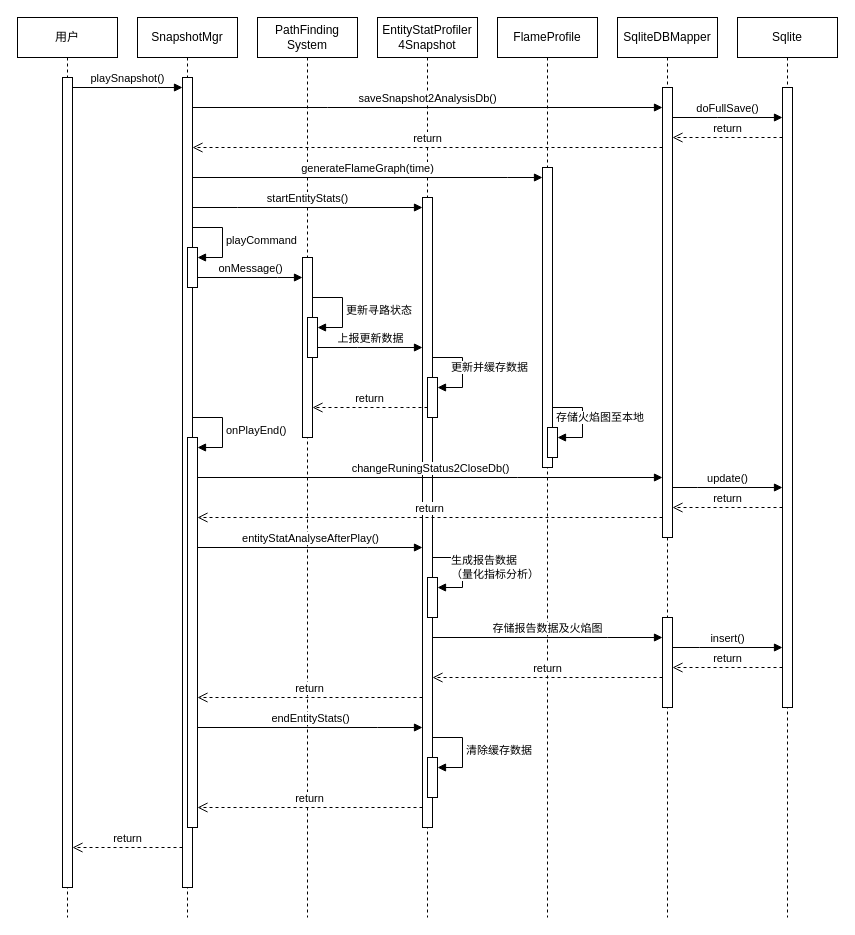
Earlier version of the draw.io diagram 播放时序图.drawio (Carol9s/Drawing). Source tidied: cells renumbered, new cells numbered last; positions are measured from the earlier drawing's top-left corner, leaving out a move shared by most shapes. Both pictures are drawn from the tidied source at 100%, with x=0, y=0 at pixel (17, 17).
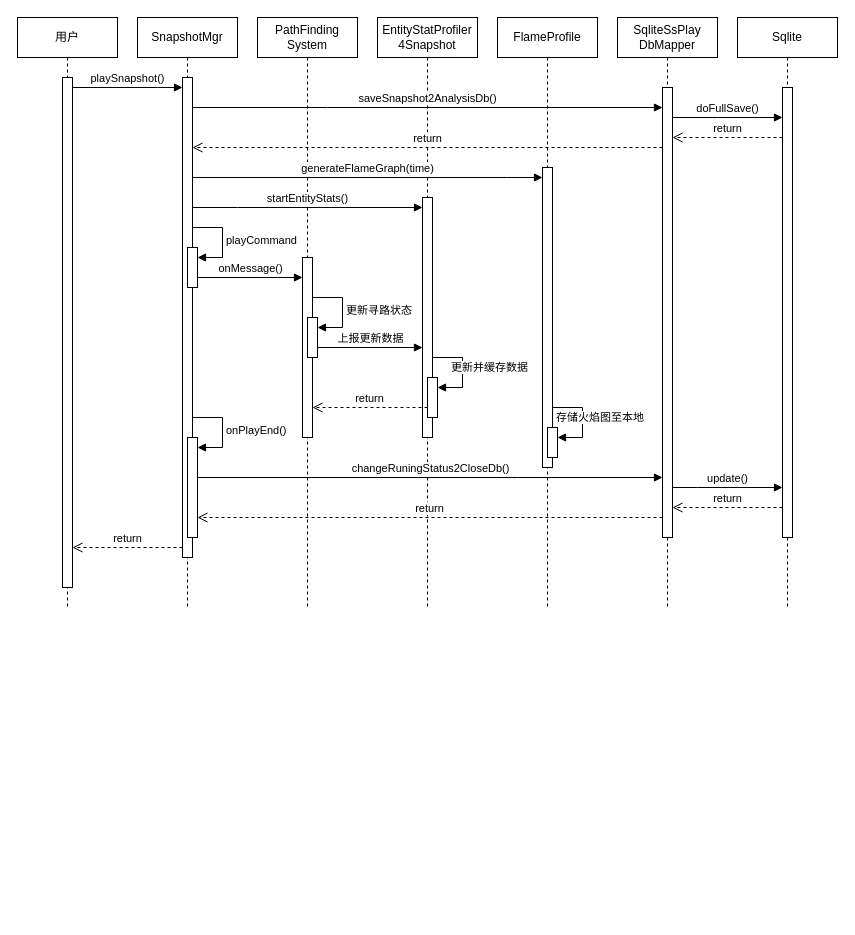
The same diagram, later.

Commit message:
更新播放时序图.drawio

Change to the diagram source:
```diff
@@
     <mxCell id="2" value="用户" style="shape=umlLifeline;perimeter=lifelinePerimeter;whiteSpace=wrap;html=1;newEdgeStyle={&quot;edgeStyle&quot;:&quot;elbowEdgeStyle&quot;,&quot;elbow&quot;:&quot;vertical&quot;,&quot;curved&quot;:0,&quot;rounded&quot;:0};" parent="1" vertex="1">
-      <mxGeometry width="100" height="900" as="geometry" />
+      <mxGeometry width="100" height="590" as="geometry" />
     </mxCell>
     <mxCell id="3" style="html=1;points=[];perimeter=orthogonalPerimeter;outlineConnect=0;targetShapes=umlLifeline;portConstraint=eastwest;newEdgeStyle={&quot;edgeStyle&quot;:&quot;elbowEdgeStyle&quot;,&quot;elbow&quot;:&quot;vertical&quot;,&quot;curved&quot;:0,&quot;rounded&quot;:0};" parent="2" vertex="1">
-      <mxGeometry x="45" y="60" width="10" height="810" as="geometry" />
+      <mxGeometry x="45" y="60" width="10" height="510" as="geometry" />
     </mxCell>
     <mxCell id="4" value="SnapshotMgr" style="shape=umlLifeline;perimeter=lifelinePerimeter;whiteSpace=wrap;html=1;newEdgeStyle={&quot;edgeStyle&quot;:&quot;elbowEdgeStyle&quot;,&quot;elbow&quot;:&quot;vertical&quot;,&quot;curved&quot;:0,&quot;rounded&quot;:0};" parent="1" vertex="1">
-      <mxGeometry x="120" width="100" height="900" as="geometry" />
+      <mxGeometry x="120" width="100" height="590" as="geometry" />
     </mxCell>
     <mxCell id="5" style="html=1;points=[];perimeter=orthogonalPerimeter;outlineConnect=0;targetShapes=umlLifeline;portConstraint=eastwest;newEdgeStyle={&quot;edgeStyle&quot;:&quot;elbowEdgeStyle&quot;,&quot;elbow&quot;:&quot;vertical&quot;,&quot;curved&quot;:0,&quot;rounded&quot;:0};" parent="4" vertex="1">
-      <mxGeometry x="45" y="60" width="10" height="810" as="geometry" />
+      <mxGeometry x="45" y="60" width="10" height="480" as="geometry" />
     </mxCell>
@@
     <mxCell id="9" value="EntityStatProfiler&lt;br&gt;4Snapshot" style="shape=umlLifeline;perimeter=lifelinePerimeter;whiteSpace=wrap;html=1;newEdgeStyle={&quot;edgeStyle&quot;:&quot;elbowEdgeStyle&quot;,&quot;elbow&quot;:&quot;vertical&quot;,&quot;curved&quot;:0,&quot;rounded&quot;:0};" parent="1" vertex="1">
-      <mxGeometry x="360" width="100" height="900" as="geometry" />
+      <mxGeometry x="360" width="100" height="590" as="geometry" />
     </mxCell>
     <mxCell id="10" style="html=1;points=[];perimeter=orthogonalPerimeter;outlineConnect=0;targetShapes=umlLifeline;portConstraint=eastwest;newEdgeStyle={&quot;edgeStyle&quot;:&quot;elbowEdgeStyle&quot;,&quot;elbow&quot;:&quot;vertical&quot;,&quot;curved&quot;:0,&quot;rounded&quot;:0};" parent="9" vertex="1">
-      <mxGeometry x="45" y="180" width="10" height="630" as="geometry" />
+      <mxGeometry x="45" y="180" width="10" height="240" as="geometry" />
     </mxCell>
@@
-    <mxCell id="13" style="html=1;points=[];perimeter=orthogonalPerimeter;outlineConnect=0;targetShapes=umlLifeline;portConstraint=eastwest;newEdgeStyle={&quot;edgeStyle&quot;:&quot;elbowEdgeStyle&quot;,&quot;elbow&quot;:&quot;vertical&quot;,&quot;curved&quot;:0,&quot;rounded&quot;:0};" parent="9" vertex="1">
-      <mxGeometry x="50" y="560" width="10" height="40" as="geometry" />
-    </mxCell>
-    <mxCell id="14" value="生成报告数据&lt;br&gt;（量化指标分析）" style="html=1;align=left;spacingLeft=2;endArrow=block;rounded=0;edgeStyle=orthogonalEdgeStyle;curved=0;rounded=0;" parent="9" edge="1" target="13">
-      <mxGeometry x="-0.65" y="-10" relative="1" as="geometry">
-        <mxPoint x="55" y="540" as="sourcePoint" />
-        <Array as="points">
-          <mxPoint x="85" y="570" />
-        </Array>
-      </mxGeometry>
-    </mxCell>
-    <mxCell id="15" style="html=1;points=[];perimeter=orthogonalPerimeter;outlineConnect=0;targetShapes=umlLifeline;portConstraint=eastwest;newEdgeStyle={&quot;edgeStyle&quot;:&quot;elbowEdgeStyle&quot;,&quot;elbow&quot;:&quot;vertical&quot;,&quot;curved&quot;:0,&quot;rounded&quot;:0};" parent="9" vertex="1">
-      <mxGeometry x="50" y="740" width="10" height="40" as="geometry" />
-    </mxCell>
-    <mxCell id="16" value="清除缓存数据" style="html=1;align=left;spacingLeft=2;endArrow=block;rounded=0;edgeStyle=orthogonalEdgeStyle;curved=0;rounded=0;" parent="9" edge="1" target="15">
-      <mxGeometry relative="1" as="geometry">
-        <mxPoint x="55" y="720" as="sourcePoint" />
-        <Array as="points">
-          <mxPoint x="85" y="750" />
-        </Array>
-      </mxGeometry>
-    </mxCell>
     <mxCell id="17" value="PathFinding&lt;br&gt;System" style="shape=umlLifeline;perimeter=lifelinePerimeter;whiteSpace=wrap;html=1;newEdgeStyle={&quot;edgeStyle&quot;:&quot;elbowEdgeStyle&quot;,&quot;elbow&quot;:&quot;vertical&quot;,&quot;curved&quot;:0,&quot;rounded&quot;:0};" parent="1" vertex="1">
-      <mxGeometry x="240" width="100" height="900" as="geometry" />
+      <mxGeometry x="240" width="100" height="590" as="geometry" />
     </mxCell>
@@
-    <mxCell id="21" value="SqliteDBMapper" style="shape=umlLifeline;perimeter=lifelinePerimeter;whiteSpace=wrap;html=1;newEdgeStyle={&quot;edgeStyle&quot;:&quot;elbowEdgeStyle&quot;,&quot;elbow&quot;:&quot;vertical&quot;,&quot;curved&quot;:0,&quot;rounded&quot;:0};" parent="1" vertex="1">
-      <mxGeometry x="600" width="100" height="900" as="geometry" />
+    <mxCell id="21" value="SqliteSsPlay&lt;br&gt;DbMapper" style="shape=umlLifeline;perimeter=lifelinePerimeter;whiteSpace=wrap;html=1;newEdgeStyle={&quot;edgeStyle&quot;:&quot;elbowEdgeStyle&quot;,&quot;elbow&quot;:&quot;vertical&quot;,&quot;curved&quot;:0,&quot;rounded&quot;:0};" parent="1" vertex="1">
+      <mxGeometry x="600" width="100" height="590" as="geometry" />
     </mxCell>
@@
-    <mxCell id="23" style="html=1;points=[];perimeter=orthogonalPerimeter;outlineConnect=0;targetShapes=umlLifeline;portConstraint=eastwest;newEdgeStyle={&quot;edgeStyle&quot;:&quot;elbowEdgeStyle&quot;,&quot;elbow&quot;:&quot;vertical&quot;,&quot;curved&quot;:0,&quot;rounded&quot;:0};" parent="21" vertex="1">
-      <mxGeometry x="45" y="600" width="10" height="90" as="geometry" />
-    </mxCell>
     <mxCell id="24" value="Sqlite" style="shape=umlLifeline;perimeter=lifelinePerimeter;whiteSpace=wrap;html=1;newEdgeStyle={&quot;edgeStyle&quot;:&quot;elbowEdgeStyle&quot;,&quot;elbow&quot;:&quot;vertical&quot;,&quot;curved&quot;:0,&quot;rounded&quot;:0};" parent="1" vertex="1">
-      <mxGeometry x="720" width="100" height="900" as="geometry" />
+      <mxGeometry x="720" width="100" height="590" as="geometry" />
     </mxCell>
     <mxCell id="25" style="html=1;points=[];perimeter=orthogonalPerimeter;outlineConnect=0;targetShapes=umlLifeline;portConstraint=eastwest;newEdgeStyle={&quot;edgeStyle&quot;:&quot;elbowEdgeStyle&quot;,&quot;elbow&quot;:&quot;vertical&quot;,&quot;curved&quot;:0,&quot;rounded&quot;:0};" parent="24" vertex="1">
-      <mxGeometry x="45" y="70" width="10" height="620" as="geometry" />
+      <mxGeometry x="45" y="70" width="10" height="450" as="geometry" />
     </mxCell>
@@
     <mxCell id="31" value="FlameProfile" style="shape=umlLifeline;perimeter=lifelinePerimeter;whiteSpace=wrap;html=1;newEdgeStyle={&quot;edgeStyle&quot;:&quot;elbowEdgeStyle&quot;,&quot;elbow&quot;:&quot;vertical&quot;,&quot;curved&quot;:0,&quot;rounded&quot;:0};" parent="1" vertex="1">
-      <mxGeometry x="480" width="100" height="900" as="geometry" />
+      <mxGeometry x="480" width="100" height="590" as="geometry" />
     </mxCell>
@@
     <mxCell id="44" style="html=1;points=[];perimeter=orthogonalPerimeter;outlineConnect=0;targetShapes=umlLifeline;portConstraint=eastwest;newEdgeStyle={&quot;edgeStyle&quot;:&quot;elbowEdgeStyle&quot;,&quot;elbow&quot;:&quot;vertical&quot;,&quot;curved&quot;:0,&quot;rounded&quot;:0};" parent="1" vertex="1">
-      <mxGeometry x="170" y="420" width="10" height="390" as="geometry" />
+      <mxGeometry x="170" y="420" width="10" height="100" as="geometry" />
     </mxCell>
@@
-    <mxCell id="46" value="entityStatAnalyseAfterPlay()" style="html=1;verticalAlign=bottom;endArrow=block;edgeStyle=elbowEdgeStyle;elbow=vertical;curved=0;rounded=0;" parent="1" edge="1" source="44" target="10">
-      <mxGeometry relative="1" as="geometry">
-        <Array as="points">
-          <mxPoint x="350" y="530" />
-        </Array>
-      </mxGeometry>
-    </mxCell>
-    <mxCell id="47" value="存储报告数据及火焰图" style="html=1;verticalAlign=bottom;endArrow=block;edgeStyle=elbowEdgeStyle;elbow=vertical;curved=0;rounded=0;" parent="1" edge="1" source="10" target="23">
-      <mxGeometry relative="1" as="geometry">
-        <Array as="points">
-          <mxPoint x="590" y="620" />
-          <mxPoint x="490" y="640" />
-        </Array>
-      </mxGeometry>
-    </mxCell>
-    <mxCell id="48" value="insert()" style="html=1;verticalAlign=bottom;endArrow=block;edgeStyle=elbowEdgeStyle;elbow=vertical;curved=0;rounded=0;" parent="1" edge="1" source="23" target="25">
-      <mxGeometry relative="1" as="geometry">
-        <Array as="points">
-          <mxPoint x="682" y="630" />
-          <mxPoint x="722" y="640" />
-        </Array>
-      </mxGeometry>
-    </mxCell>
-    <mxCell id="49" value="return" style="html=1;verticalAlign=bottom;endArrow=open;dashed=1;endSize=8;edgeStyle=elbowEdgeStyle;elbow=vertical;curved=0;rounded=0;" parent="1" edge="1" source="25" target="23">
-      <mxGeometry relative="1" as="geometry">
-        <Array as="points">
-          <mxPoint x="730" y="650" />
-        </Array>
-      </mxGeometry>
-    </mxCell>
-    <mxCell id="50" value="return" style="html=1;verticalAlign=bottom;endArrow=open;dashed=1;endSize=8;edgeStyle=elbowEdgeStyle;elbow=vertical;curved=0;rounded=0;" parent="1" edge="1" source="23" target="10">
-      <mxGeometry relative="1" as="geometry">
-        <Array as="points">
-          <mxPoint x="610" y="660" />
-          <mxPoint x="590" y="670" />
-        </Array>
-      </mxGeometry>
-    </mxCell>
-    <mxCell id="51" value="endEntityStats()" style="html=1;verticalAlign=bottom;endArrow=block;edgeStyle=elbowEdgeStyle;elbow=vertical;curved=0;rounded=0;" parent="1" edge="1" source="44" target="10">
-      <mxGeometry relative="1" as="geometry">
-        <Array as="points">
-          <mxPoint x="360" y="710" />
-        </Array>
-      </mxGeometry>
-    </mxCell>
-    <mxCell id="52" value="return" style="html=1;verticalAlign=bottom;endArrow=open;dashed=1;endSize=8;edgeStyle=elbowEdgeStyle;elbow=vertical;curved=0;rounded=0;" parent="1" edge="1" source="10" target="44">
-      <mxGeometry relative="1" as="geometry">
-        <Array as="points">
-          <mxPoint x="330" y="680" />
-        </Array>
-      </mxGeometry>
-    </mxCell>
-    <mxCell id="53" value="return" style="html=1;verticalAlign=bottom;endArrow=open;dashed=1;endSize=8;edgeStyle=elbowEdgeStyle;elbow=vertical;curved=0;rounded=0;" parent="1" edge="1" source="10" target="44">
-      <mxGeometry relative="1" as="geometry">
-        <Array as="points">
-          <mxPoint x="330" y="790" />
-        </Array>
-      </mxGeometry>
-    </mxCell>
     <mxCell id="54" value="return" style="html=1;verticalAlign=bottom;endArrow=open;dashed=1;endSize=8;edgeStyle=elbowEdgeStyle;elbow=vertical;curved=0;rounded=0;" parent="1" edge="1" source="5" target="3">
       <mxGeometry relative="1" as="geometry">
         <Array as="points">
-          <mxPoint x="90" y="830" />
-          <mxPoint x="120" y="850" />
+          <mxPoint x="150" y="530" />
         </Array>
       </mxGeometry>
     </mxCell>
```
